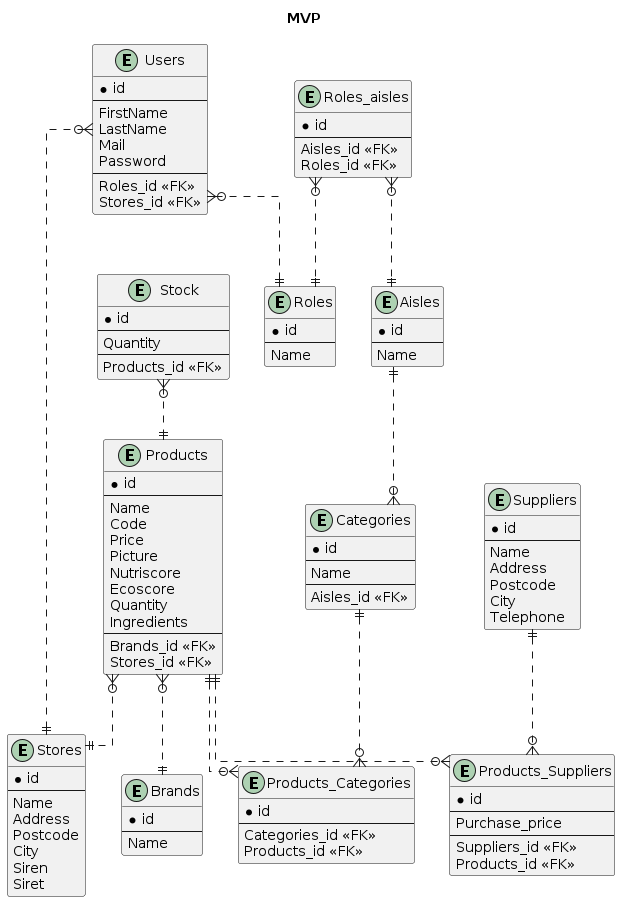
lequanos/projet-09-gestion-de-magasin-back keeps this PlantUML diagram as docs/png/entity-relation-mvp.png. Above is the earlier version. The source it was exported from:
```plantuml
@startuml entity-relation

title MVP

skinparam linetype ortho

entity "Stores" {
*id
--
Name
Address
Postcode
City
Siren
Siret
}

entity "Stock" {
*id
--
Quantity
--
Products_id <<FK>>
}

entity "Suppliers" {
*id
--
Name
Address
Postcode
City
Telephone
}

entity "Products" {
*id
--
Name
Code
Price
Picture
Nutriscore
Ecoscore
Quantity
Ingredients
--
Brands_id <<FK>>
Stores_id <<FK>>
}

entity "Categories" {
*id
--
Name
--
Aisles_id <<FK>>
}

entity "Products_Categories" {
*id
--
Categories_id <<FK>>
Products_id <<FK>>
}

entity "Products_Suppliers" {
*id
--
Purchase_price
--
Suppliers_id <<FK>>
Products_id <<FK>>
}

entity "Aisles" {
*id
--
Name
}

entity "Roles" {
*id
--
Name
}


entity "Roles_aisles" {
*id
--
Aisles_id <<FK>>
Roles_id <<FK>>
}

entity "Users" {
*id
--
FirstName
LastName
Mail
Password
--
Roles_id <<FK>>
Stores_id <<FK>>
}



entity "Brands" {
*id
--
Name
}


Stock }o..|| Products


Users }o..|| Roles
Users }o..|| Stores


Aisles ||..o{ Categories
Roles_aisles }o..|| Roles
Roles_aisles }o..|| Aisles


Products ||..o{ Products_Categories
Categories ||..o{ Products_Categories
Products ||..o{ Products_Suppliers
Suppliers ||..o{ Products_Suppliers
Products }o..|| Brands
Products }o..|| Stores


@enduml
```
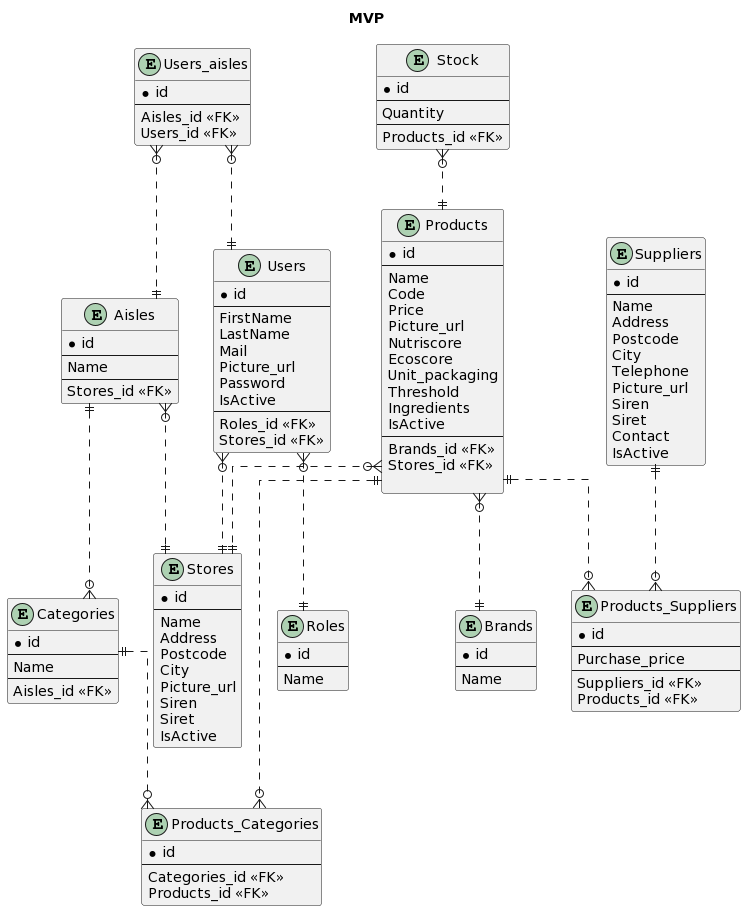
The same file after the commit.

Commit message:
Entity-relation diagram - Update

Change to the diagram source:
```diff
@@ -1,5 +1,4 @@
-@startuml entity-relation
-
+@startuml
 title MVP
 
 skinparam linetype ortho
@@ -11,8 +10,10 @@
 Address
 Postcode
 City
+Picture_url
 Siren
 Siret
+IsActive
 }
 
 entity "Stock" {
@@ -31,6 +32,11 @@
 Postcode
 City
 Telephone
+Picture_url
+Siren
+Siret
+Contact
+IsActive
 }
 
 entity "Products" {
@@ -39,14 +45,17 @@
 Name
 Code
 Price
-Picture
+Picture_url
 Nutriscore
 Ecoscore
-Quantity
+Unit_packaging
+Threshold
 Ingredients
+IsActive
 --
 Brands_id <<FK>>
 Stores_id <<FK>>
+
 }
 
 entity "Categories" {
@@ -77,6 +86,8 @@
 *id
 --
 Name
+--
+Stores_id <<FK>>
 }
 
 entity "Roles" {
@@ -86,11 +97,11 @@
 }
 
 
-entity "Roles_aisles" {
+entity "Users_aisles" {
 *id
 --
 Aisles_id <<FK>>
-Roles_id <<FK>>
+Users_id <<FK>>
 }
 
 entity "Users" {
@@ -99,7 +110,9 @@
 FirstName
 LastName
 Mail
+Picture_url
 Password
+IsActive
 --
 Roles_id <<FK>>
 Stores_id <<FK>>
@@ -122,8 +135,9 @@
 
 
 Aisles ||..o{ Categories
-Roles_aisles }o..|| Roles
-Roles_aisles }o..|| Aisles
+Aisles }o..|| Stores
+Users_aisles }o..|| Users
+Users_aisles }o..|| Aisles
 
 
 Products ||..o{ Products_Categories
@@ -132,6 +146,4 @@
 Suppliers ||..o{ Products_Suppliers
 Products }o..|| Brands
 Products }o..|| Stores
-
-
 @enduml
```
